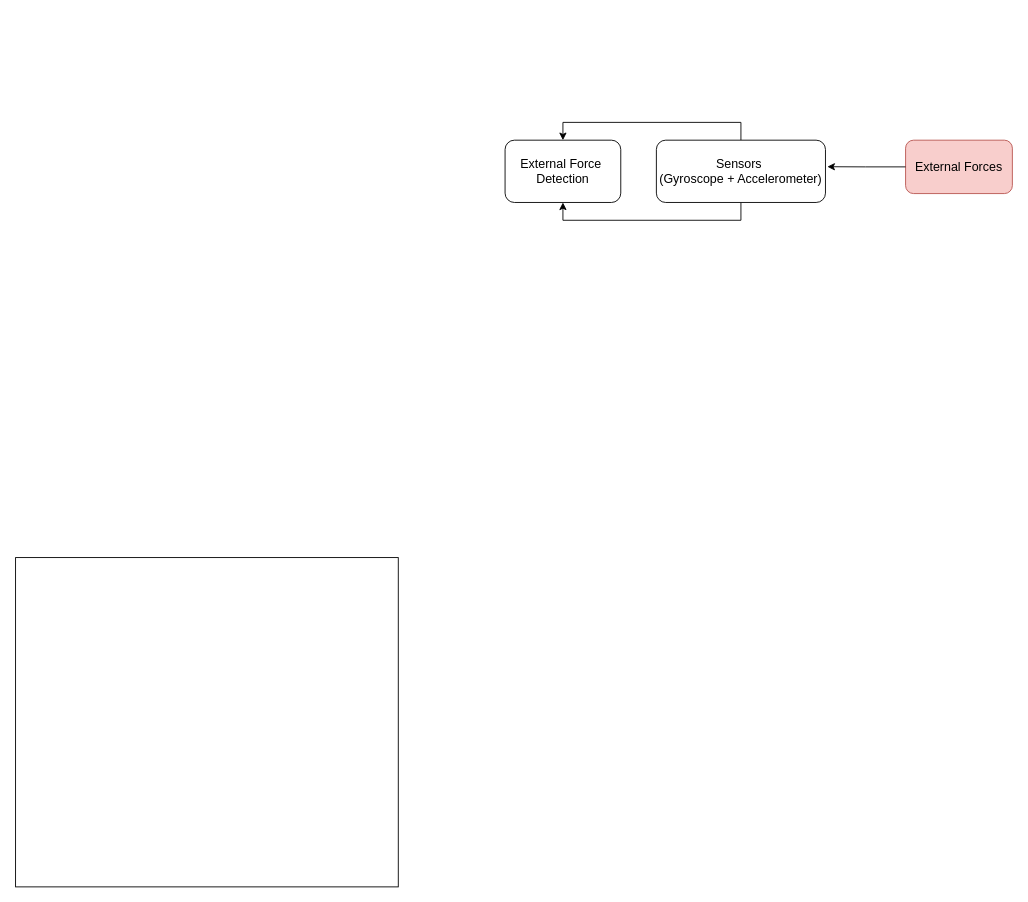
Before: Диаграмма без названия.drawio in nesfe/draw.io, a draw.io diagram. Source tidied: cells renumbered, new cells numbered last; positions are measured from the earlier drawing's top-left corner, leaving out a move shared by most shapes. Both pictures are drawn from the tidied source at 89%, with x=0, y=0 at pixel (15, 140).
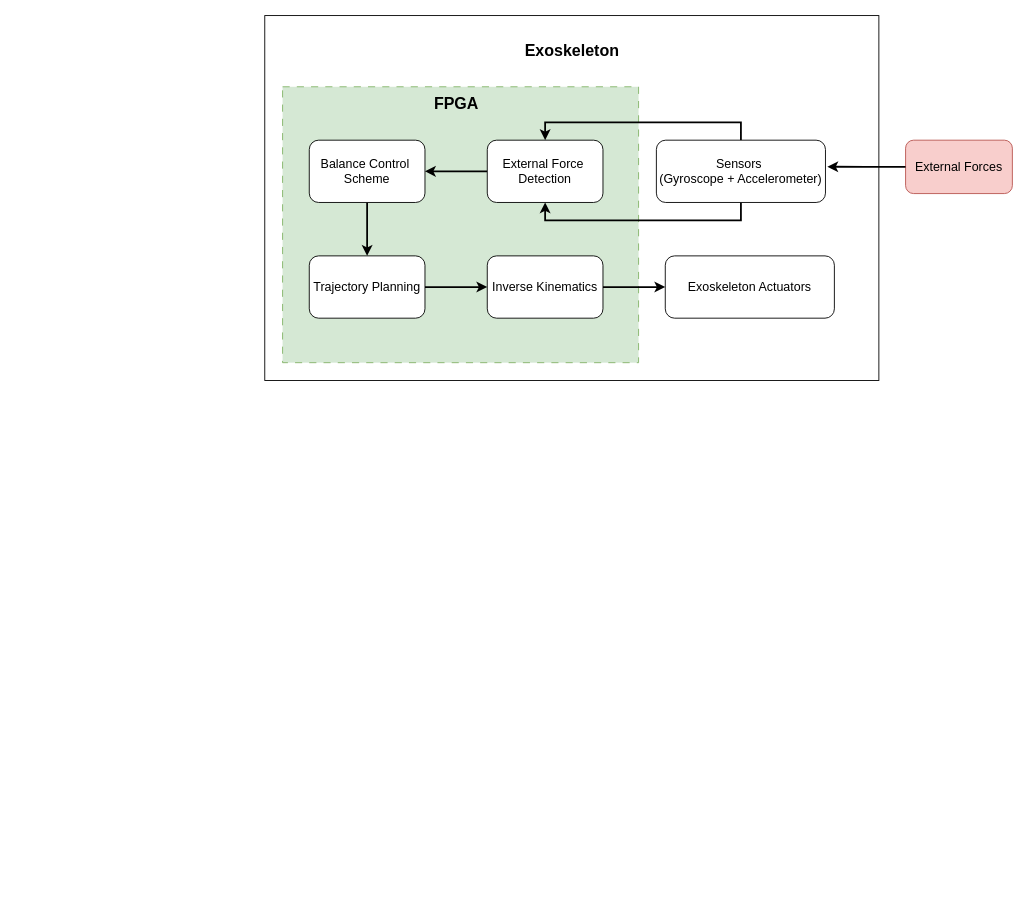
The same diagram, later.

The edit, as a diff of the source:
```diff
@@
 <mxGraphModel>
   <root>
     <mxCell id="0" />
     <mxCell id="1" parent="0" />
+    <mxCell id="7" style="rounded=0;whiteSpace=wrap;html=1;strokeColor=#82b366;fillColor=#d5e8d4;dashed=1;dashPattern=8 8;" parent="1" vertex="1">
+      <mxGeometry x="300" y="-60" width="400" height="310" as="geometry" />
+    </mxCell>
-    <mxCell id="2" style="edgeStyle=orthogonalEdgeStyle;rounded=0;jettySize=auto;html=1;exitX=0.5;exitY=0;exitDx=0;exitDy=0;entryX=0.5;entryY=0;entryDx=0;entryDy=0;" parent="1" edge="1" source="4" target="8">
+    <mxCell id="2" style="edgeStyle=orthogonalEdgeStyle;rounded=0;jettySize=auto;html=1;exitX=0.5;exitY=0;exitDx=0;exitDy=0;entryX=0.5;entryY=0;entryDx=0;entryDy=0;strokeWidth=2;" parent="1" edge="1" source="4" target="8">
       <mxGeometry relative="1" as="geometry" />
     </mxCell>
-    <mxCell id="3" style="edgeStyle=orthogonalEdgeStyle;rounded=0;jettySize=auto;html=1;exitX=0.5;exitY=1;exitDx=0;exitDy=0;entryX=0.5;entryY=1;entryDx=0;entryDy=0;" parent="1" edge="1" source="4" target="8">
+    <mxCell id="3" style="edgeStyle=orthogonalEdgeStyle;rounded=0;jettySize=auto;html=1;exitX=0.5;exitY=1;exitDx=0;exitDy=0;entryX=0.5;entryY=1;entryDx=0;entryDy=0;strokeWidth=2;" parent="1" edge="1" source="4" target="8">
       <mxGeometry relative="1" as="geometry" />
     </mxCell>
     <mxCell id="4" value="&lt;font style=&quot;font-size: 14px;&quot;&gt;Sensors&amp;nbsp;&lt;br&gt;(Gyroscope + Accelerometer)&lt;/font&gt;" style="rounded=1;whiteSpace=wrap;html=1;" parent="1" vertex="1">
       <mxGeometry x="720" width="190" height="70" as="geometry" />
     </mxCell>
     <mxCell id="5" value="&lt;font style=&quot;font-size: 14px;&quot;&gt;External Forces&lt;/font&gt;" style="rounded=1;whiteSpace=wrap;html=1;fillColor=#f8cecc;strokeColor=#b85450;" parent="1" vertex="1">
       <mxGeometry x="1000" width="120" height="60" as="geometry" />
     </mxCell>
-    <mxCell id="6" style="edgeStyle=orthogonalEdgeStyle;rounded=0;jettySize=auto;html=1;entryX=1.011;entryY=0.426;entryDx=0;entryDy=0;entryPerimeter=0;" parent="1" edge="1" source="5" target="4">
+    <mxCell id="6" style="edgeStyle=orthogonalEdgeStyle;rounded=0;jettySize=auto;html=1;entryX=1.011;entryY=0.426;entryDx=0;entryDy=0;entryPerimeter=0;strokeWidth=2;" parent="1" edge="1" source="5" target="4">
       <mxGeometry relative="1" as="geometry" />
     </mxCell>
-    <mxCell id="7" style="rounded=0;whiteSpace=wrap;html=1;strokeColor=default;" parent="1" vertex="1">
-      <mxGeometry y="469" width="430" height="370" as="geometry" />
-    </mxCell>
+    <mxCell id="9" style="edgeStyle=orthogonalEdgeStyle;rounded=0;jettySize=auto;html=1;exitX=0;exitY=0.5;exitDx=0;exitDy=0;entryX=1;entryY=0.5;entryDx=0;entryDy=0;strokeWidth=2;" parent="1" edge="1" source="8" target="11">
+      <mxGeometry relative="1" as="geometry" />
+    </mxCell>
     <mxCell id="8" value="&lt;font style=&quot;font-size: 14px;&quot;&gt;External Force&amp;nbsp;&lt;br&gt;Detection&lt;/font&gt;" style="rounded=1;whiteSpace=wrap;html=1;" parent="1" vertex="1">
-      <mxGeometry x="550" width="130" height="70" as="geometry" />
+      <mxGeometry x="530" width="130" height="70" as="geometry" />
     </mxCell>
+    <mxCell id="10" style="edgeStyle=orthogonalEdgeStyle;rounded=0;jettySize=auto;html=1;exitX=0.5;exitY=1;exitDx=0;exitDy=0;entryX=0.5;entryY=0;entryDx=0;entryDy=0;strokeWidth=2;" parent="1" edge="1" source="11" target="13">
+      <mxGeometry relative="1" as="geometry" />
+    </mxCell>
+    <mxCell id="11" value="&lt;font style=&quot;font-size: 14px;&quot;&gt;Balance Control&amp;nbsp;&lt;br&gt;Scheme&lt;/font&gt;" style="rounded=1;whiteSpace=wrap;html=1;" parent="1" vertex="1">
+      <mxGeometry x="330" width="130" height="70" as="geometry" />
+    </mxCell>
+    <mxCell id="12" style="edgeStyle=orthogonalEdgeStyle;rounded=0;jettySize=auto;html=1;exitX=1;exitY=0.5;exitDx=0;exitDy=0;entryX=0;entryY=0.5;entryDx=0;entryDy=0;strokeWidth=2;" parent="1" edge="1" source="13" target="15">
+      <mxGeometry relative="1" as="geometry" />
+    </mxCell>
+    <mxCell id="13" value="&lt;span style=&quot;font-size: 14px;&quot;&gt;Trajectory Planning&lt;/span&gt;" style="rounded=1;whiteSpace=wrap;html=1;" parent="1" vertex="1">
+      <mxGeometry x="330" y="130" width="130" height="70" as="geometry" />
+    </mxCell>
+    <mxCell id="14" style="edgeStyle=orthogonalEdgeStyle;rounded=0;jettySize=auto;html=1;exitX=1;exitY=0.5;exitDx=0;exitDy=0;entryX=0;entryY=0.5;entryDx=0;entryDy=0;strokeWidth=2;" parent="1" edge="1" source="15" target="16">
+      <mxGeometry relative="1" as="geometry" />
+    </mxCell>
+    <mxCell id="15" value="&lt;span style=&quot;font-size: 14px;&quot;&gt;Inverse Kinematics&lt;/span&gt;" style="rounded=1;whiteSpace=wrap;html=1;" parent="1" vertex="1">
+      <mxGeometry x="530" y="130" width="130" height="70" as="geometry" />
+    </mxCell>
+    <mxCell id="16" value="&lt;span style=&quot;font-size: 14px;&quot;&gt;Exoskeleton Actuators&lt;/span&gt;" style="rounded=1;whiteSpace=wrap;html=1;" parent="1" vertex="1">
+      <mxGeometry x="730" y="130" width="190" height="70" as="geometry" />
+    </mxCell>
+    <mxCell id="17" style="rounded=0;whiteSpace=wrap;html=1;strokeColor=default;fillColor=none;" parent="1" vertex="1">
+      <mxGeometry x="280" y="-140" width="690" height="410" as="geometry" />
+    </mxCell>
+    <mxCell id="18" value="&lt;font size=&quot;1&quot; style=&quot;&quot;&gt;&lt;b style=&quot;font-size: 18px;&quot;&gt;FPGA&lt;/b&gt;&lt;/font&gt;" style="text;html=1;align=center;verticalAlign=middle;strokeColor=none;fillColor=none;" parent="1" vertex="1">
+      <mxGeometry x="460" y="-60" width="70" height="40" as="geometry" />
+    </mxCell>
+    <mxCell id="19" value="&lt;font size=&quot;1&quot; style=&quot;&quot;&gt;&lt;b style=&quot;font-size: 18px;&quot;&gt;Exoskeleton&lt;/b&gt;&lt;/font&gt;" style="text;html=1;align=center;verticalAlign=middle;strokeColor=none;fillColor=none;" parent="1" vertex="1">
+      <mxGeometry x="560" y="-120" width="130" height="40" as="geometry" />
+    </mxCell>
   </root>
 </mxGraphModel>
```
